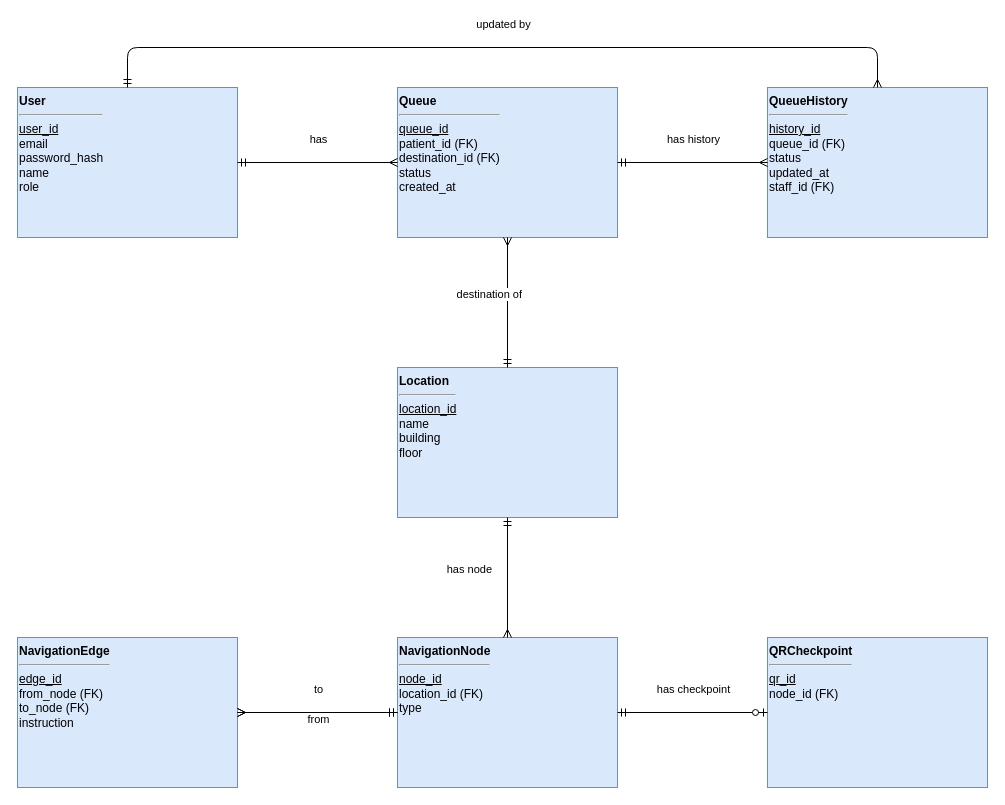
Before: docs/diagrams/er-diagram.drawio in 6804062617295/SA_HosNav, a draw.io diagram. Source tidied: cells renumbered, new cells numbered last; positions are measured from the earlier drawing's top-left corner, leaving out a move shared by most shapes. Both pictures are drawn from the tidied source at 100%, with x=0, y=0 at pixel (17, 47).
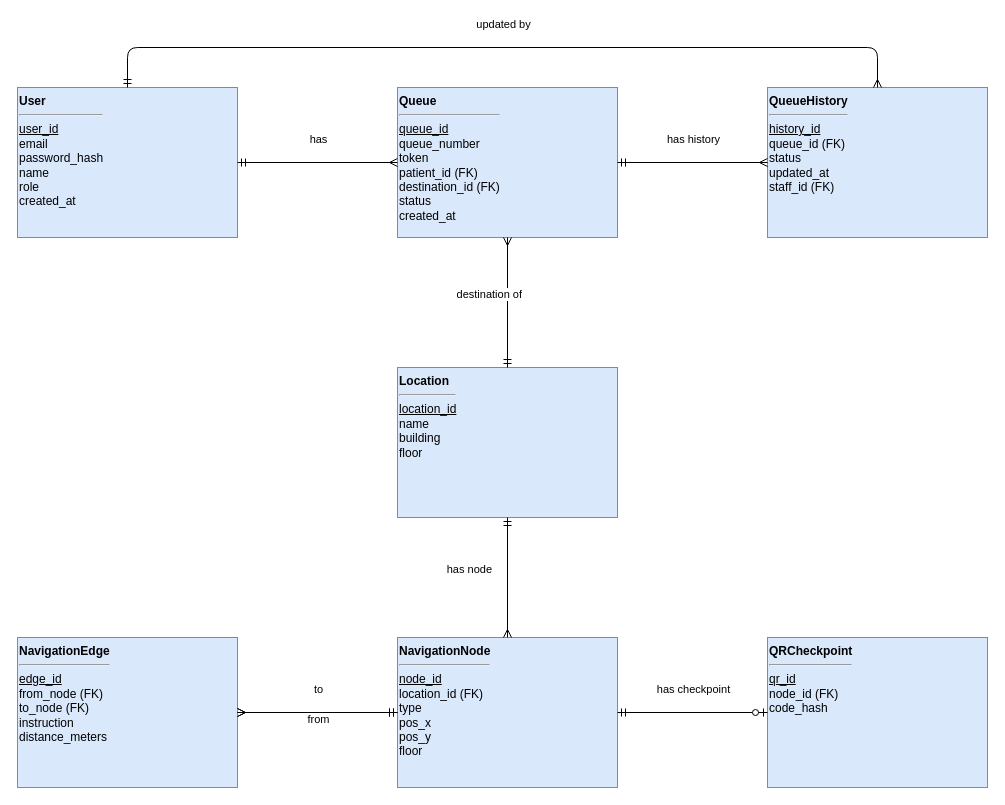
After the change.

The edit, as a diff of the source:
```diff
@@
-    <mxCell id="2" value="&lt;b&gt;User&lt;/b&gt;&lt;hr&gt;&lt;u&gt;user_id&lt;/u&gt;&lt;br&gt;email&lt;br&gt;password_hash&lt;br&gt;name&lt;br&gt;role" style="html=1;whiteSpace=wrap;fillColor=#dae8fc;strokeColor=#6c8ebf;verticalAlign=top;align=left;" parent="1" vertex="1">
+    <mxCell id="2" value="&lt;b&gt;User&lt;/b&gt;&lt;hr&gt;&lt;u&gt;user_id&lt;/u&gt;&lt;br&gt;email&lt;br&gt;password_hash&lt;br&gt;name&lt;br&gt;role&lt;br&gt;created_at" style="html=1;whiteSpace=wrap;fillColor=#dae8fc;strokeColor=#6c8ebf;verticalAlign=top;align=left;" parent="1" vertex="1">
       <mxGeometry y="40" width="220" height="150" as="geometry" />
     </mxCell>
-    <mxCell id="3" value="&lt;b&gt;Queue&lt;/b&gt;&lt;hr&gt;&lt;u&gt;queue_id&lt;/u&gt;&lt;br&gt;patient_id (FK)&lt;br&gt;destination_id (FK)&lt;br&gt;status&lt;br&gt;created_at" style="html=1;whiteSpace=wrap;fillColor=#dae8fc;strokeColor=#6c8ebf;verticalAlign=top;align=left;" parent="1" vertex="1">
+    <mxCell id="3" value="&lt;b&gt;Queue&lt;/b&gt;&lt;hr&gt;&lt;u&gt;queue_id&lt;/u&gt;&lt;br&gt;queue_number&lt;br&gt;token&lt;br&gt;patient_id (FK)&lt;br&gt;destination_id (FK)&lt;br&gt;status&lt;br&gt;created_at" style="html=1;whiteSpace=wrap;fillColor=#dae8fc;strokeColor=#6c8ebf;verticalAlign=top;align=left;" parent="1" vertex="1">
       <mxGeometry x="380" y="40" width="220" height="150" as="geometry" />
     </mxCell>
@@
-    <mxCell id="6" value="&lt;b&gt;NavigationNode&lt;/b&gt;&lt;hr&gt;&lt;u&gt;node_id&lt;/u&gt;&lt;br&gt;location_id (FK)&lt;br&gt;type" style="html=1;whiteSpace=wrap;fillColor=#dae8fc;strokeColor=#6c8ebf;verticalAlign=top;align=left;" parent="1" vertex="1">
+    <mxCell id="6" value="&lt;b&gt;NavigationNode&lt;/b&gt;&lt;hr&gt;&lt;u&gt;node_id&lt;/u&gt;&lt;br&gt;location_id (FK)&lt;br&gt;type&lt;br&gt;pos_x&lt;br&gt;pos_y&lt;br&gt;floor" style="html=1;whiteSpace=wrap;fillColor=#dae8fc;strokeColor=#6c8ebf;verticalAlign=top;align=left;" parent="1" vertex="1">
       <mxGeometry x="380" y="590" width="220" height="150" as="geometry" />
     </mxCell>
-    <mxCell id="7" value="&lt;b&gt;NavigationEdge&lt;/b&gt;&lt;hr&gt;&lt;u&gt;edge_id&lt;/u&gt;&lt;br&gt;from_node (FK)&lt;br&gt;to_node (FK)&lt;br&gt;instruction" style="html=1;whiteSpace=wrap;fillColor=#dae8fc;strokeColor=#6c8ebf;verticalAlign=top;align=left;" parent="1" vertex="1">
+    <mxCell id="7" value="&lt;b&gt;NavigationEdge&lt;/b&gt;&lt;hr&gt;&lt;u&gt;edge_id&lt;/u&gt;&lt;br&gt;from_node (FK)&lt;br&gt;to_node (FK)&lt;br&gt;instruction&lt;br&gt;distance_meters" style="html=1;whiteSpace=wrap;fillColor=#dae8fc;strokeColor=#6c8ebf;verticalAlign=top;align=left;" parent="1" vertex="1">
       <mxGeometry y="590" width="220" height="150" as="geometry" />
     </mxCell>
-    <mxCell id="8" value="&lt;b&gt;QRCheckpoint&lt;/b&gt;&lt;hr&gt;&lt;u&gt;qr_id&lt;/u&gt;&lt;br&gt;node_id (FK)" style="html=1;whiteSpace=wrap;fillColor=#dae8fc;strokeColor=#6c8ebf;verticalAlign=top;align=left;" parent="1" vertex="1">
+    <mxCell id="8" value="&lt;b&gt;QRCheckpoint&lt;/b&gt;&lt;hr&gt;&lt;u&gt;qr_id&lt;/u&gt;&lt;br&gt;node_id (FK)&lt;br&gt;code_hash" style="html=1;whiteSpace=wrap;fillColor=#dae8fc;strokeColor=#6c8ebf;verticalAlign=top;align=left;" parent="1" vertex="1">
       <mxGeometry x="750" y="590" width="220" height="150" as="geometry" />
     </mxCell>
```
